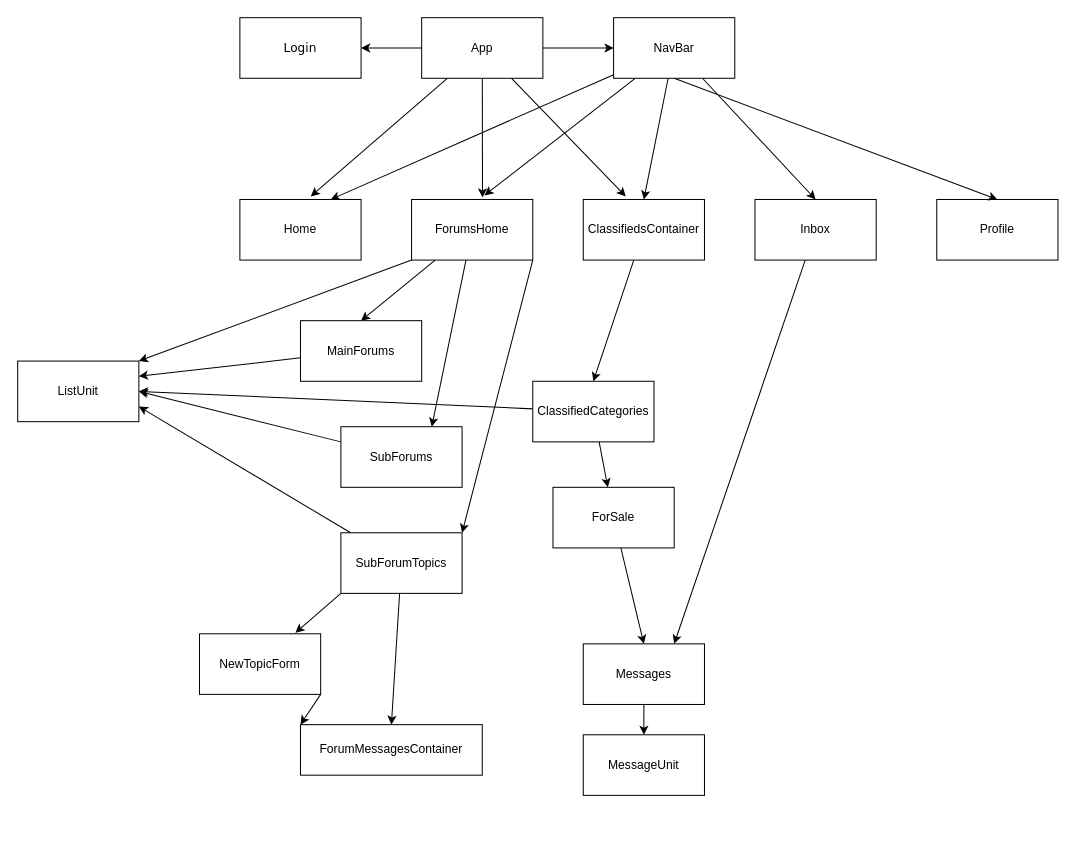
Earlier version of the draw.io diagram client/wireframe.drawio (stringtheory92/CAPSTONE). Source tidied: cells renumbered, new cells numbered last; positions are measured from the earlier drawing's top-left corner, leaving out a move shared by most shapes. Both pictures are drawn from the tidied source at 101%, with x=0, y=0 at pixel (17, 17).
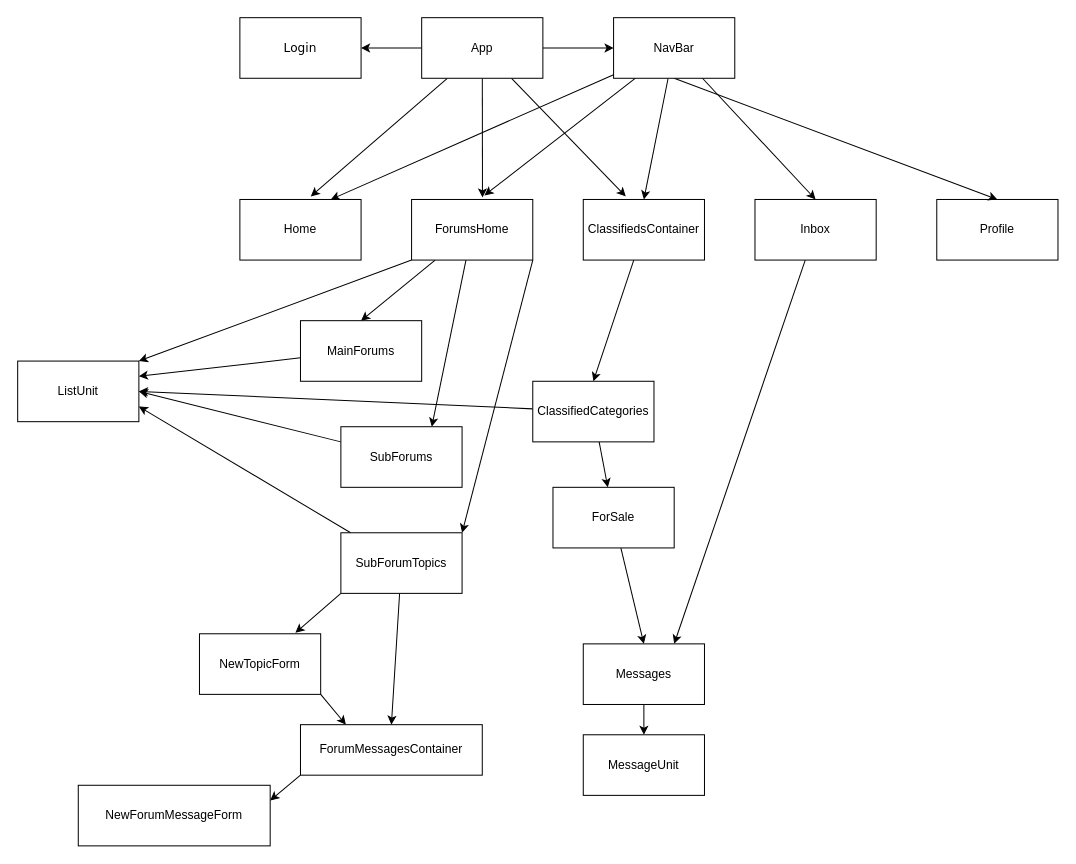
After the change.

The change refers to these unchanged cells:
```xml
<mxCell id="44" value="NewTopicForm" style="rounded=0;whiteSpace=wrap;html=1;" parent="1" vertex="1">
  <mxGeometry x="180" y="610" width="120" height="60" as="geometry" />
</mxCell>
<mxCell id="45" value="ForumMessagesContainer&lt;br&gt;" style="rounded=0;whiteSpace=wrap;html=1;" parent="1" vertex="1">
  <mxGeometry x="280" y="700" width="180" height="50" as="geometry" />
</mxCell>
```

What changed in the source:
```diff
@@
-    <mxCell id="42" value="MainForums" style="rounded=0;whiteSpace=wrap;html=1;" parent="1" vertex="1">
+    <mxCell id="42" value="MainForums&lt;br&gt;" style="rounded=0;whiteSpace=wrap;html=1;" parent="1" vertex="1">
       <mxGeometry x="280" y="300" width="120" height="60" as="geometry" />
     </mxCell>
-    <mxCell id="43" style="edgeStyle=none;html=1;exitX=1;exitY=1;exitDx=0;exitDy=0;entryX=0;entryY=0;entryDx=0;entryDy=0;" parent="1" edge="1" source="44" target="45">
+    <mxCell id="43" style="edgeStyle=none;html=1;exitX=1;exitY=1;exitDx=0;exitDy=0;entryX=0.25;entryY=0;entryDx=0;entryDy=0;" parent="1" edge="1" source="44" target="45">
       <mxGeometry relative="1" as="geometry" />
     </mxCell>
@@
+    <mxCell id="46" style="edgeStyle=none;html=1;exitX=0;exitY=1;exitDx=0;exitDy=0;entryX=0;entryY=1;entryDx=0;entryDy=0;" parent="1" edge="1" source="45" target="45">
+      <mxGeometry relative="1" as="geometry">
+        <Array as="points">
+          <mxPoint x="280" y="750" />
+        </Array>
+      </mxGeometry>
+    </mxCell>
+    <mxCell id="47" style="edgeStyle=none;html=1;exitX=0;exitY=1;exitDx=0;exitDy=0;entryX=1;entryY=0.25;entryDx=0;entryDy=0;" parent="1" edge="1" source="45" target="48">
+      <mxGeometry relative="1" as="geometry" />
+    </mxCell>
@@
+    <mxCell id="48" value="NewForumMessageForm" style="rounded=0;whiteSpace=wrap;html=1;" parent="1" vertex="1">
+      <mxGeometry x="60" y="760" width="190" height="60" as="geometry" />
+    </mxCell>
```
